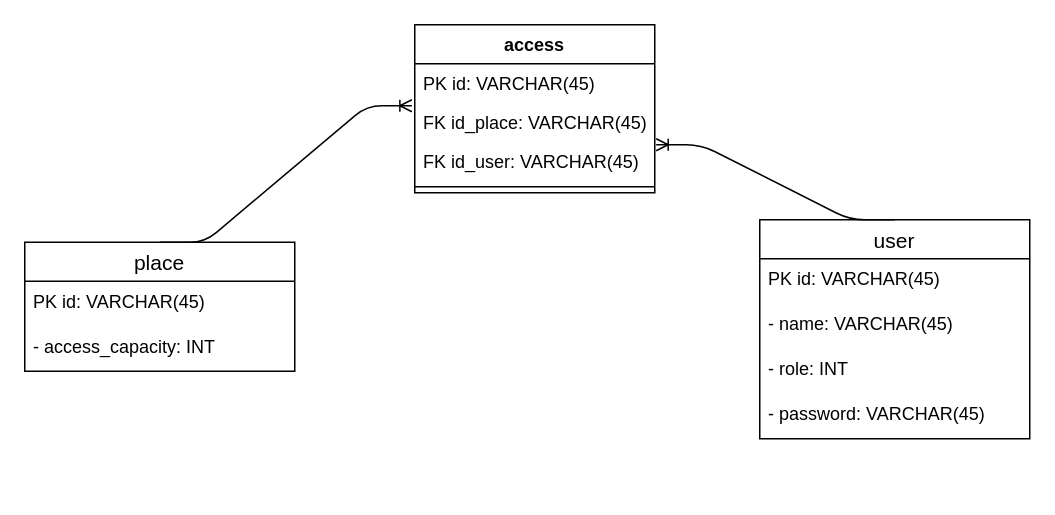
Earlier version of the draw.io diagram db/database_schema.drawio (Stop-Technologies/go-backend). Source tidied: cells renumbered, new cells numbered last; positions are measured from the earlier drawing's top-left corner, leaving out a move shared by most shapes. Both pictures are drawn from the tidied source at 150%, with x=0, y=0 at pixel (24, 24).
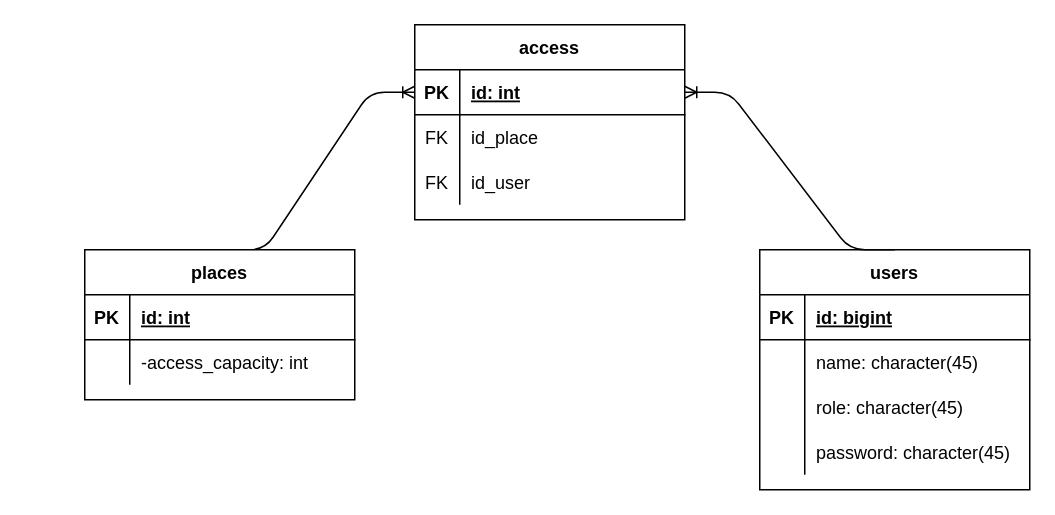
Above is the later version.

Diff of the diagram source:
```diff
@@
-    <mxCell id="2" value="user" style="swimlane;fontStyle=0;horizontal=1;startSize=26;align=center;fontSize=14;" parent="1" vertex="1">
-      <mxGeometry x="490" y="130" width="180" height="146" as="geometry" />
-    </mxCell>
-    <mxCell id="3" value="PK id: VARCHAR(45)" style="text;strokeColor=none;fillColor=none;spacingLeft=4;spacingRight=4;overflow=hidden;fontSize=12;" parent="2" vertex="1">
-      <mxGeometry y="26" width="180" height="30" as="geometry" />
-    </mxCell>
-    <mxCell id="4" value="- name: VARCHAR(45)" style="text;strokeColor=none;fillColor=none;spacingLeft=4;spacingRight=4;overflow=hidden;fontSize=12;" parent="2" vertex="1">
-      <mxGeometry y="56" width="180" height="30" as="geometry" />
-    </mxCell>
-    <mxCell id="5" value="- role: INT" style="text;strokeColor=none;fillColor=none;spacingLeft=4;spacingRight=4;overflow=hidden;fontSize=12;" parent="2" vertex="1">
-      <mxGeometry y="86" width="180" height="30" as="geometry" />
-    </mxCell>
-    <mxCell id="6" value="- password: VARCHAR(45)" style="text;strokeColor=none;fillColor=none;spacingLeft=4;spacingRight=4;overflow=hidden;fontSize=12;" parent="2" vertex="1">
-      <mxGeometry y="116" width="180" height="30" as="geometry" />
-    </mxCell>
-    <mxCell id="7" value="place" style="swimlane;fontStyle=0;horizontal=1;startSize=26;align=center;fontSize=14;" parent="1" vertex="1">
-      <mxGeometry y="145" width="180" height="86" as="geometry" />
-    </mxCell>
-    <mxCell id="8" value="PK id: VARCHAR(45)" style="text;strokeColor=none;fillColor=none;spacingLeft=4;spacingRight=4;overflow=hidden;fontSize=12;" parent="7" vertex="1">
-      <mxGeometry y="26" width="180" height="30" as="geometry" />
-    </mxCell>
-    <mxCell id="9" value="- access_capacity: INT" style="text;strokeColor=none;fillColor=none;spacingLeft=4;spacingRight=4;overflow=hidden;fontSize=12;" parent="7" vertex="1">
-      <mxGeometry y="56" width="180" height="30" as="geometry" />
-    </mxCell>
+    <mxCell id="15" style="edgeStyle=entityRelationEdgeStyle;fontSize=12;html=1;endArrow=ERoneToMany;exitX=0.5;exitY=0;exitDx=0;exitDy=0;" parent="1" edge="1" source="26" target="17">
+      <mxGeometry relative="1" as="geometry" />
+    </mxCell>
-    <mxCell id="10" value="access" style="swimlane;fontStyle=1;align=center;verticalAlign=top;horizontal=1;startSize=26;" parent="1" vertex="1">
-      <mxGeometry x="260" width="160" height="112" as="geometry" />
+    <mxCell id="10" value="access" style="shape=table;startSize=30;childLayout=tableLayout;rowLines=0;fontStyle=1;align=center;" parent="1" vertex="1">
+      <mxGeometry x="260" width="180" height="130" as="geometry" />
     </mxCell>
-    <mxCell id="11" value="PK id: VARCHAR(45)" style="text;strokeColor=none;fillColor=none;align=left;verticalAlign=top;spacingLeft=4;spacingRight=4;overflow=hidden;points=[[0,0.5],[1,0.5]];portConstraint=eastwest;" parent="10" vertex="1">
-      <mxGeometry y="26" width="160" height="26" as="geometry" />
-    </mxCell>
-    <mxCell id="12" value="FK id_place: VARCHAR(45)" style="text;strokeColor=none;fillColor=none;align=left;verticalAlign=top;spacingLeft=4;spacingRight=4;overflow=hidden;" parent="10" vertex="1">
-      <mxGeometry y="52" width="160" height="26" as="geometry" />
-    </mxCell>
-    <mxCell id="13" value="FK id_user: VARCHAR(45)" style="text;strokeColor=none;fillColor=none;align=left;verticalAlign=top;spacingLeft=4;spacingRight=4;overflow=hidden;points=[[0,0.5],[1,0.5]];portConstraint=eastwest;" parent="10" vertex="1">
-      <mxGeometry y="78" width="160" height="26" as="geometry" />
-    </mxCell>
-    <mxCell id="14" style="line;strokeWidth=1;fillColor=none;align=left;verticalAlign=middle;spacingTop=-1;spacingLeft=3;spacingRight=3;labelPosition=right;" parent="10" vertex="1">
-      <mxGeometry y="104" width="160" height="8" as="geometry" />
-    </mxCell>
-    <mxCell id="15" style="edgeStyle=entityRelationEdgeStyle;fontSize=12;html=1;endArrow=ERoneToMany;exitX=0.5;exitY=0;exitDx=0;exitDy=0;entryX=-0.012;entryY=1.077;entryDx=0;entryDy=0;entryPerimeter=0;" parent="1" edge="1" source="7" target="11">
-      <mxGeometry relative="1" as="geometry" />
-    </mxCell>
-    <mxCell id="16" style="edgeStyle=entityRelationEdgeStyle;fontSize=12;html=1;endArrow=ERoneToMany;exitX=0.5;exitY=0;exitDx=0;exitDy=0;entryX=1.006;entryY=0.077;entryDx=0;entryDy=0;entryPerimeter=0;" parent="1" edge="1" source="2" target="13">
-      <mxGeometry relative="1" as="geometry" />
-    </mxCell>
+    <mxCell id="17" style="shape=partialRectangle;fillColor=none;top=0;left=0;bottom=1;right=0;points=[[0,0.5],[1,0.5]];portConstraint=eastwest;" parent="10" vertex="1">
+      <mxGeometry y="30" width="180" height="30" as="geometry" />
+    </mxCell>
+    <mxCell id="18" value="PK" style="shape=partialRectangle;fillColor=none;top=0;left=0;bottom=0;right=0;fontStyle=1;overflow=hidden;" parent="17" vertex="1">
+      <mxGeometry width="30" height="30" as="geometry" />
+    </mxCell>
+    <mxCell id="19" value="id: int" style="shape=partialRectangle;fillColor=none;top=0;left=0;bottom=0;right=0;align=left;spacingLeft=6;fontStyle=5;overflow=hidden;" parent="17" vertex="1">
+      <mxGeometry x="30" width="150" height="30" as="geometry" />
+    </mxCell>
+    <mxCell id="20" style="shape=partialRectangle;fillColor=none;top=0;left=0;bottom=0;right=0;" parent="10" vertex="1">
+      <mxGeometry y="60" width="180" height="30" as="geometry" />
+    </mxCell>
+    <mxCell id="21" value="FK" style="shape=partialRectangle;fillColor=none;top=0;left=0;bottom=0;right=0;overflow=hidden;" parent="20" vertex="1">
+      <mxGeometry width="30" height="30" as="geometry" />
+    </mxCell>
+    <mxCell id="22" value="id_place" style="shape=partialRectangle;fillColor=none;top=0;left=0;bottom=0;right=0;align=left;spacingLeft=6;overflow=hidden;" parent="20" vertex="1">
+      <mxGeometry x="30" width="150" height="30" as="geometry" />
+    </mxCell>
+    <mxCell id="23" style="shape=partialRectangle;fillColor=none;top=0;left=0;bottom=0;right=0;" parent="10" vertex="1">
+      <mxGeometry y="90" width="180" height="30" as="geometry" />
+    </mxCell>
+    <mxCell id="24" value="FK" style="shape=partialRectangle;fillColor=none;top=0;left=0;bottom=0;right=0;overflow=hidden;" parent="23" vertex="1">
+      <mxGeometry width="30" height="30" as="geometry" />
+    </mxCell>
+    <mxCell id="25" value="id_user" style="shape=partialRectangle;fillColor=none;top=0;left=0;bottom=0;right=0;align=left;spacingLeft=6;overflow=hidden;" parent="23" vertex="1">
+      <mxGeometry x="30" width="150" height="30" as="geometry" />
+    </mxCell>
+    <mxCell id="26" value="places" style="shape=table;startSize=30;childLayout=tableLayout;rowLines=0;fontStyle=1;align=center;" parent="1" vertex="1">
+      <mxGeometry x="40" y="150" width="180" height="100" as="geometry" />
+    </mxCell>
+    <mxCell id="27" style="shape=partialRectangle;fillColor=none;top=0;left=0;bottom=1;right=0;" parent="26" vertex="1">
+      <mxGeometry y="30" width="180" height="30" as="geometry" />
+    </mxCell>
+    <mxCell id="28" value="PK" style="shape=partialRectangle;fillColor=none;top=0;left=0;bottom=0;right=0;fontStyle=1;overflow=hidden;" parent="27" vertex="1">
+      <mxGeometry width="30" height="30" as="geometry" />
+    </mxCell>
+    <mxCell id="29" value="id: int" style="shape=partialRectangle;fillColor=none;top=0;left=0;bottom=0;right=0;align=left;spacingLeft=6;fontStyle=5;overflow=hidden;" parent="27" vertex="1">
+      <mxGeometry x="30" width="150" height="30" as="geometry" />
+    </mxCell>
+    <mxCell id="30" style="shape=partialRectangle;fillColor=none;top=0;left=0;bottom=0;right=0;" parent="26" vertex="1">
+      <mxGeometry y="60" width="180" height="30" as="geometry" />
+    </mxCell>
+    <mxCell id="31" style="shape=partialRectangle;fillColor=none;top=0;left=0;bottom=0;right=0;overflow=hidden;" parent="30" vertex="1">
+      <mxGeometry width="30" height="30" as="geometry" />
+    </mxCell>
+    <mxCell id="32" value="-access_capacity: int" style="shape=partialRectangle;fillColor=none;top=0;left=0;bottom=0;right=0;align=left;spacingLeft=6;overflow=hidden;" parent="30" vertex="1">
+      <mxGeometry x="30" width="150" height="30" as="geometry" />
+    </mxCell>
+    <mxCell id="33" value="users" style="shape=table;startSize=30;childLayout=tableLayout;rowLines=0;fontStyle=1;align=center;" parent="1" vertex="1">
+      <mxGeometry x="490" y="150" width="180" height="160" as="geometry" />
+    </mxCell>
+    <mxCell id="34" style="shape=partialRectangle;fillColor=none;top=0;left=0;bottom=1;right=0;" parent="33" vertex="1">
+      <mxGeometry y="30" width="180" height="30" as="geometry" />
+    </mxCell>
+    <mxCell id="35" value="PK" style="shape=partialRectangle;fillColor=none;top=0;left=0;bottom=0;right=0;fontStyle=1;overflow=hidden;" parent="34" vertex="1">
+      <mxGeometry width="30" height="30" as="geometry" />
+    </mxCell>
+    <mxCell id="36" value="id: bigint" style="shape=partialRectangle;fillColor=none;top=0;left=0;bottom=0;right=0;align=left;spacingLeft=6;fontStyle=5;overflow=hidden;" parent="34" vertex="1">
+      <mxGeometry x="30" width="150" height="30" as="geometry" />
+    </mxCell>
+    <mxCell id="37" style="shape=partialRectangle;fillColor=none;top=0;left=0;bottom=0;right=0;" parent="33" vertex="1">
+      <mxGeometry y="60" width="180" height="30" as="geometry" />
+    </mxCell>
+    <mxCell id="38" style="shape=partialRectangle;fillColor=none;top=0;left=0;bottom=0;right=0;overflow=hidden;" parent="37" vertex="1">
+      <mxGeometry width="30" height="30" as="geometry" />
+    </mxCell>
+    <mxCell id="39" value="name: character(45)" style="shape=partialRectangle;fillColor=none;top=0;left=0;bottom=0;right=0;align=left;spacingLeft=6;overflow=hidden;" parent="37" vertex="1">
+      <mxGeometry x="30" width="150" height="30" as="geometry" />
+    </mxCell>
+    <mxCell id="40" style="shape=partialRectangle;fillColor=none;top=0;left=0;bottom=0;right=0;" parent="33" vertex="1">
+      <mxGeometry y="90" width="180" height="30" as="geometry" />
+    </mxCell>
+    <mxCell id="41" style="shape=partialRectangle;fillColor=none;top=0;left=0;bottom=0;right=0;overflow=hidden;" parent="40" vertex="1">
+      <mxGeometry width="30" height="30" as="geometry" />
+    </mxCell>
+    <mxCell id="42" value="role: character(45)" style="shape=partialRectangle;fillColor=none;top=0;left=0;bottom=0;right=0;align=left;spacingLeft=6;overflow=hidden;" parent="40" vertex="1">
+      <mxGeometry x="30" width="150" height="30" as="geometry" />
+    </mxCell>
+    <mxCell id="43" style="shape=partialRectangle;fillColor=none;top=0;left=0;bottom=0;right=0;" parent="33" vertex="1">
+      <mxGeometry y="120" width="180" height="30" as="geometry" />
+    </mxCell>
+    <mxCell id="44" style="shape=partialRectangle;fillColor=none;top=0;left=0;bottom=0;right=0;overflow=hidden;" parent="43" vertex="1">
+      <mxGeometry width="30" height="30" as="geometry" />
+    </mxCell>
+    <mxCell id="45" value="password: character(45)" style="shape=partialRectangle;fillColor=none;top=0;left=0;bottom=0;right=0;align=left;spacingLeft=6;overflow=hidden;" parent="43" vertex="1">
+      <mxGeometry x="30" width="150" height="30" as="geometry" />
+    </mxCell>
+    <mxCell id="46" style="edgeStyle=entityRelationEdgeStyle;fontSize=12;html=1;endArrow=ERoneToMany;entryX=1;entryY=0.5;entryDx=0;entryDy=0;exitX=0.5;exitY=0;exitDx=0;exitDy=0;" parent="1" edge="1" source="33" target="17">
+      <mxGeometry relative="1" as="geometry" />
+    </mxCell>
```
